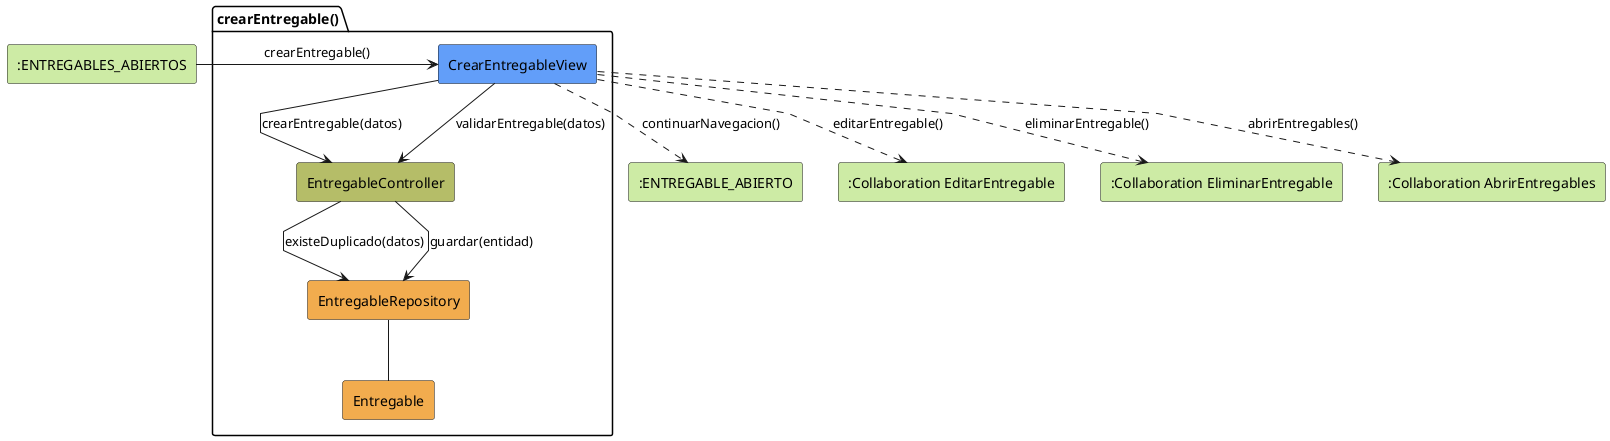
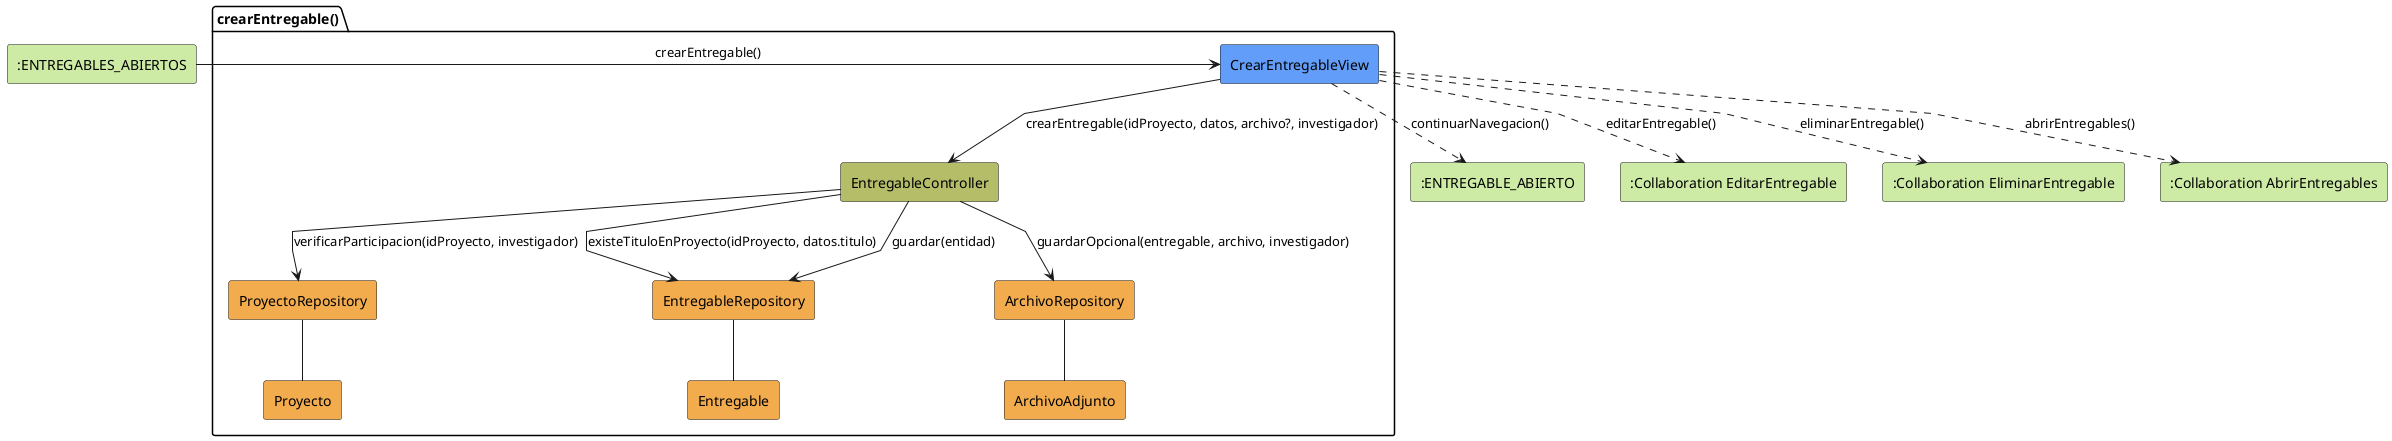
@startuml crearEntregable-analisis
skinparam linetype polyline

rectangle #CDEBA5 ":ENTREGABLES_ABIERTOS" as EstadoEntrada
package crearEntregable as "crearEntregable()" {
    rectangle #629EF9 CrearEntregableView
    rectangle #b5bd68 EntregableController
+     rectangle #F2AC4E ProyectoRepository
    rectangle #F2AC4E EntregableRepository
+     rectangle #F2AC4E ArchivoRepository
+     rectangle #F2AC4E Proyecto
    rectangle #F2AC4E Entregable
+     rectangle #F2AC4E ArchivoAdjunto
}

rectangle #CDEBA5 ":ENTREGABLE_ABIERTO" as EstadoSalida
rectangle #CDEBA5 ":Collaboration EditarEntregable" as EditarEntregable
rectangle #CDEBA5 ":Collaboration EliminarEntregable" as EliminarEntregable
rectangle #CDEBA5 ":Collaboration AbrirEntregables" as AbrirEntregables

EstadoEntrada -r-> CrearEntregableView: crearEntregable()

- CrearEntregableView -d-> EntregableController: crearEntregable(datos)
- CrearEntregableView --> EntregableController: validarEntregable(datos)
- EntregableController --> EntregableRepository: existeDuplicado(datos)
+ CrearEntregableView -d-> EntregableController: crearEntregable(idProyecto, datos, archivo?, investigador)
+ EntregableController --> ProyectoRepository: verificarParticipacion(idProyecto, investigador)
+ EntregableController --> EntregableRepository: existeTituloEnProyecto(idProyecto, datos.titulo)
EntregableController --> EntregableRepository: guardar(entidad)
+ EntregableController --> ArchivoRepository: guardarOpcional(entregable, archivo, investigador)
+ ProyectoRepository -- Proyecto
EntregableRepository -- Entregable
+ ArchivoRepository -- ArchivoAdjunto
CrearEntregableView ..> EstadoSalida: continuarNavegacion()
CrearEntregableView ..> EditarEntregable: editarEntregable()
CrearEntregableView ..> EliminarEntregable: eliminarEntregable()
CrearEntregableView ..> AbrirEntregables: abrirEntregables()

@enduml
